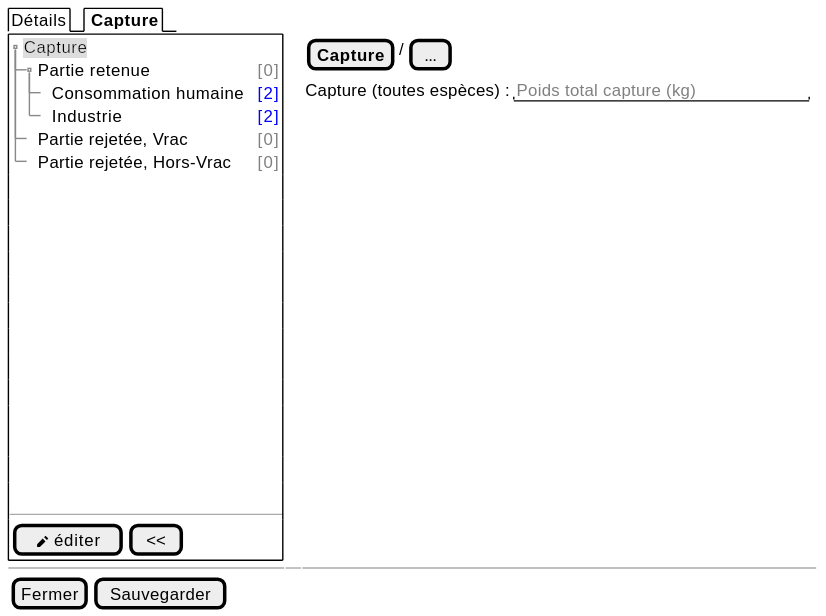
Above: projects/obsmer/spe/images/batch/batch-tree.svg in sumaris-net/sumaris-doc (PlantUML), before the change. Its source is kept beside it as projects/obsmer/spe/images/batch/batch-tree.puml. The source it was exported from:
```plantuml
@startsalt
{
  {/ Détails | <b> Capture }
  {+
   {T
       + <back:#DDD>Capture    | .
       ++ Partie retenue       | <color:gray>[0]
       +++ Consommation humaine | <color:blue>[2]
       +++ Industrie | <color:blue>[2]
       ++ Partie rejetée, Vrac | <color:gray>[0]
       ++ Partie rejetée, Hors-Vrac | <color:gray>[0]
   }
    .
    .
    .
    .
    .
    .
    .
    .
    .
    .
    .
    .
    .
   --
   {
      [<&pencil> éditer] | [ << ]
   }
  } | . | {
    { [<b>Capture] | / | [...]}

    {Capture (toutes espèces) : | " <color:gray>Poids total capture (kg) " }
  }

  -- | -- | --
  { [Fermer] | [Sauvegarder] }
}
@endsalt
```
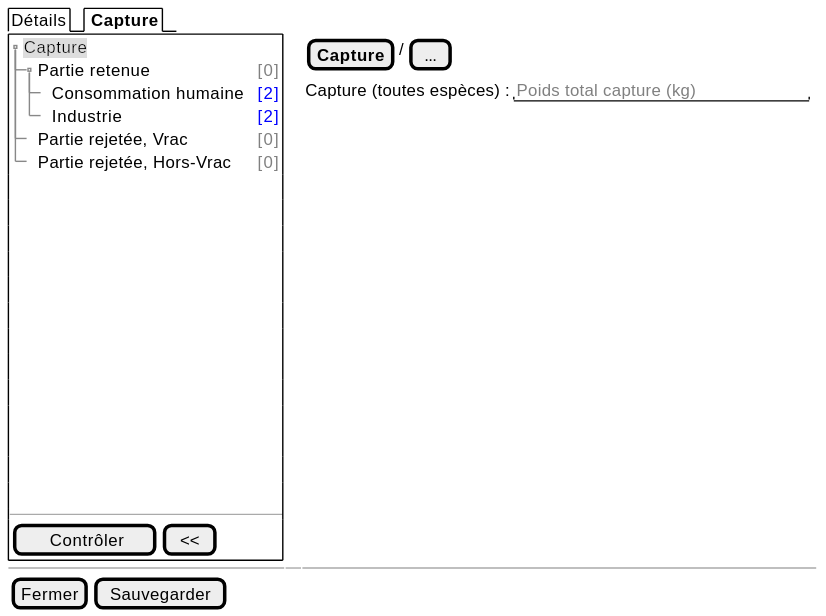
Above is the later version.

The edit, as a diff of the source:
```diff
@@ -25,7 +25,7 @@
     .
    --
    {
-      [<&pencil> éditer] | [ << ]
+      [<&checkmark> Contrôler] | [ << ]
    }
   } | . | {
     { [<b>Capture] | / | [...]}
```
